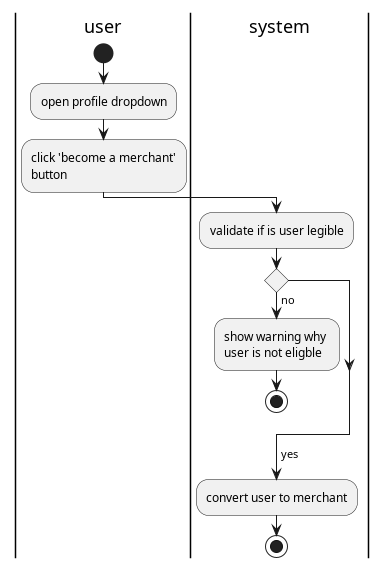
The PlantUML diagram thesis/latex/diagram/activity diagram/8. become a merchant/become a merchant.png in aldihsuhandi/skripsi-2023, before a commit. The source it was exported from:
```plantuml
@startuml become a merchant

|user|
start
:open profile dropdown;
:click 'become a merchant'\nbutton;
|system|
:validate if is user legible;
if() then (no)
    :show warning why \nuser is not eligble;
    stop;
endif
-> yes;
:convert user to merchant;
stop

@enduml
```
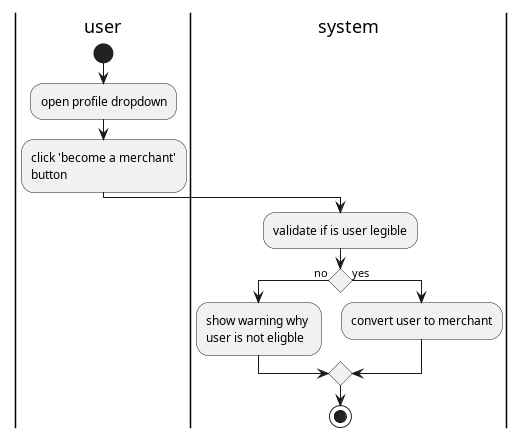
After the commit.

What changed in the source:
```diff
@@ -8,10 +8,8 @@
 :validate if is user legible;
 if() then (no)
     :show warning why \nuser is not eligble;
-    stop;
+else (yes)
+:convert user to merchant;
 endif
--> yes;
-:convert user to merchant;
 stop
-
 @enduml
```
